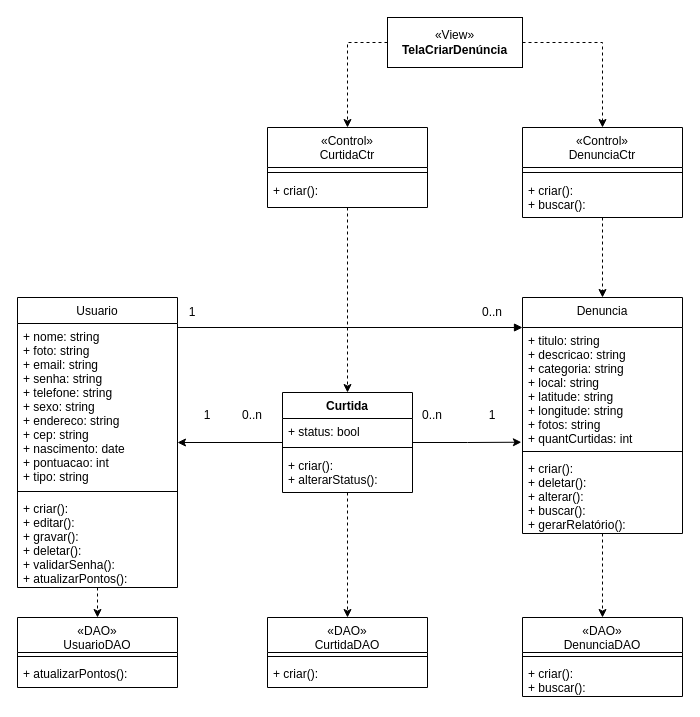
Above: Documentação/Diagramas/Diagramas de Casos de Uso/Diagrama de Caso de Uso Criar Denuncia.drawio in frsouzaa/Documentacao-TCC-NossaVia (draw.io), before the change. Source tidied: cells renumbered, new cells numbered last; positions are measured from the earlier drawing's top-left corner, leaving out a move shared by most shapes. Both pictures are drawn from the tidied source at 100%, with x=0, y=0 at pixel (17, 17).
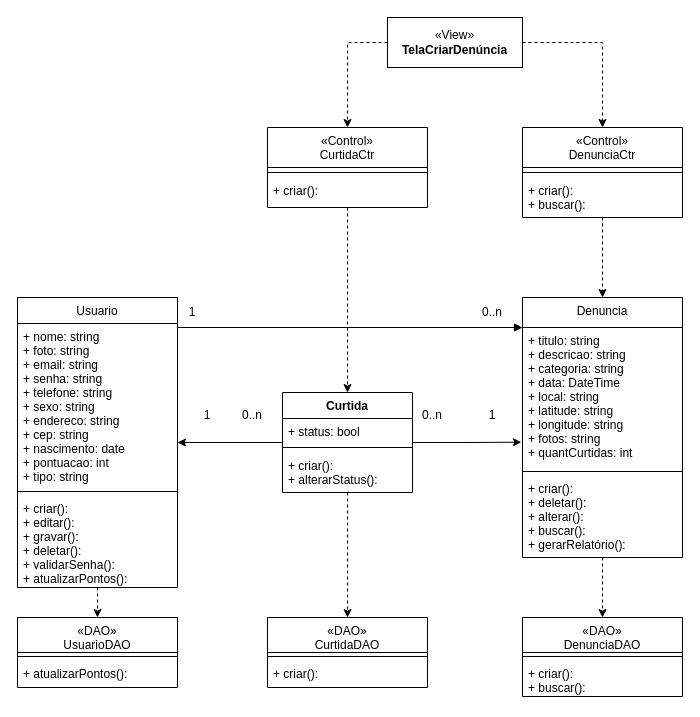
Above is the later version.

Commit message:
Adicionando Data Diagrama de Caso de Uso Criar Denuncia.drawio

The change refers to these unchanged cells:
```xml
<mxCell id="35" value="Curtida" style="swimlane;fontStyle=1;align=center;verticalAlign=top;horizontal=1;startSize=26;whiteSpace=wrap;html=1;" parent="1" vertex="1">
  <mxGeometry x="265" y="375" width="130" height="100" as="geometry" />
</mxCell>
```

Diff of the diagram source:
```diff
@@
     <mxCell id="2" value="Denuncia" style="swimlane;fontStyle=0;align=center;verticalAlign=top;horizontal=1;startSize=30;rounded=0;shadow=0;strokeWidth=1;" parent="1" vertex="1">
-      <mxGeometry x="505" y="280" width="160" height="236" as="geometry" />
+      <mxGeometry x="505" y="280" width="160" height="260" as="geometry" />
     </mxCell>
-    <mxCell id="3" value="+ titulo: string&#10;+ descricao: string&#10;+ categoria: string&#10;+ local: string&#10;+ latitude: string&#10;+ longitude: string&#10;+ fotos: string&#10;+ quantCurtidas: int" style="text;align=left;verticalAlign=top;spacingLeft=4;spacingRight=4;overflow=hidden;points=[[0,0.5],[1,0.5]];portConstraint=eastwest;" parent="2" vertex="1">
-      <mxGeometry y="30" width="160" height="120" as="geometry" />
-    </mxCell>
+    <mxCell id="46" value="+ titulo: string&#10;+ descricao: string&#10;+ categoria: string&#10;+ data: DateTime&#10;+ local: string&#10;+ latitude: string&#10;+ longitude: string&#10;+ fotos: string&#10;+ quantCurtidas: int" style="text;align=left;verticalAlign=top;spacingLeft=4;spacingRight=4;overflow=hidden;" parent="2" vertex="1">
+      <mxGeometry y="30" width="160" height="140" as="geometry" />
+    </mxCell>
     <mxCell id="4" style="line;html=1;strokeWidth=1;align=left;verticalAlign=middle;spacingTop=-1;spacingLeft=3;spacingRight=3;labelPosition=right;" parent="2" vertex="1">
-      <mxGeometry y="150" width="160" height="8" as="geometry" />
+      <mxGeometry y="170" width="160" height="8" as="geometry" />
     </mxCell>
     <mxCell id="5" value="+ criar(): &#10;+ deletar(): &#10;+ alterar():&#10;+ buscar():&#10;+ gerarRelatório(): " style="text;align=left;verticalAlign=top;spacingLeft=4;spacingRight=4;overflow=hidden;" parent="2" vertex="1">
-      <mxGeometry y="158" width="160" height="78" as="geometry" />
+      <mxGeometry y="178" width="160" height="78" as="geometry" />
     </mxCell>
@@
-    <mxCell id="33" style="edgeStyle=orthogonalEdgeStyle;rounded=0;jettySize=auto;html=1;entryX=-0.007;entryY=0.956;entryDx=0;entryDy=0;entryPerimeter=0;" parent="1" edge="1" source="35" target="3">
-      <mxGeometry relative="1" as="geometry" />
+    <mxCell id="33" style="edgeStyle=orthogonalEdgeStyle;rounded=0;jettySize=auto;html=1;entryX=-0.007;entryY=0.956;entryDx=0;entryDy=0;entryPerimeter=0;" parent="1" edge="1" source="35">
+      <mxGeometry relative="1" as="geometry">
+        <mxPoint x="503.9" y="424.7" as="targetPoint" />
+      </mxGeometry>
     </mxCell>
```
